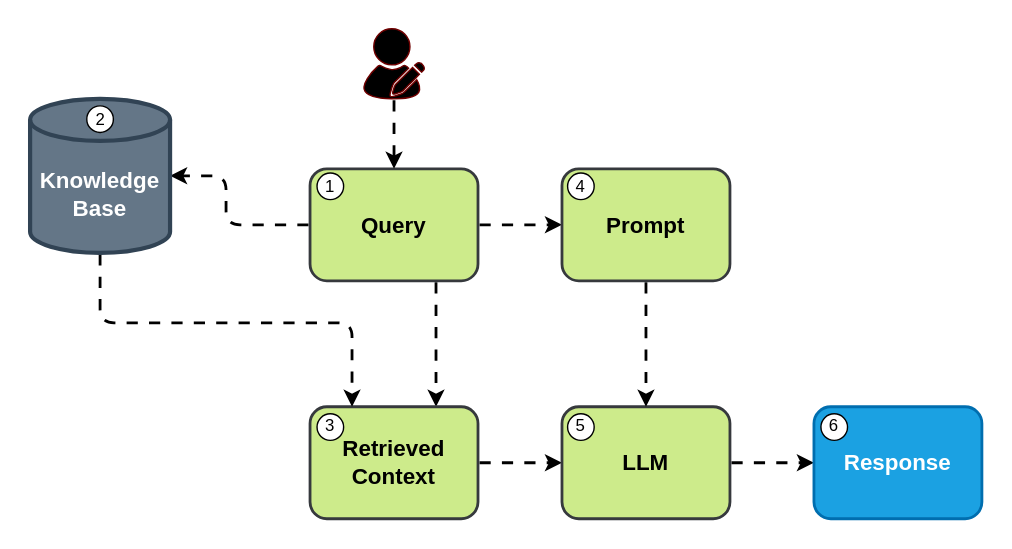
Above: images/vanilla_rag.svg in Bhardwaj-Saurabh/Retrieval_Augmented_Generation_from_Basic_to_Advance (draw.io), before the change. Source tidied: cells renumbered, new cells last; positions are measured from the earlier drawing's top-left corner, leaving out a move shared by most shapes. Source of this version:
```xml
<mxGraphModel background="#ffffff">
  <root>
    <mxCell id="0" />
    <mxCell id="1" parent="0" />
    <mxCell id="2" style="edgeStyle=none;html=1;exitX=0;exitY=0.5;exitDx=0;exitDy=0;strokeWidth=2;flowAnimation=1;" parent="1" edge="1" source="5" target="13">
      <mxGeometry relative="1" as="geometry">
        <Array as="points">
          <mxPoint x="140" y="140" />
          <mxPoint x="140" y="105" />
        </Array>
      </mxGeometry>
    </mxCell>
    <mxCell id="3" style="edgeStyle=none;html=1;exitX=0.75;exitY=1;exitDx=0;exitDy=0;entryX=0.75;entryY=0;entryDx=0;entryDy=0;strokeWidth=2;flowAnimation=1;" parent="1" edge="1" source="5" target="7">
      <mxGeometry relative="1" as="geometry" />
    </mxCell>
    <mxCell id="4" style="edgeStyle=none;html=1;exitX=1;exitY=0.5;exitDx=0;exitDy=0;entryX=0;entryY=0.5;entryDx=0;entryDy=0;strokeWidth=2;flowAnimation=1;" parent="1" edge="1" source="5" target="11">
      <mxGeometry relative="1" as="geometry" />
    </mxCell>
    <mxCell id="5" value="Query" style="rounded=1;whiteSpace=wrap;html=1;fontSize=16;fillColor=#cdeb8b;strokeColor=#36393d;fontStyle=1;strokeWidth=2;" parent="1" vertex="1">
      <mxGeometry x="200" y="100" width="120" height="80" as="geometry" />
    </mxCell>
    <mxCell id="6" style="edgeStyle=none;html=1;exitX=1;exitY=0.5;exitDx=0;exitDy=0;entryX=0;entryY=0.5;entryDx=0;entryDy=0;strokeWidth=2;flowAnimation=1;" parent="1" edge="1" source="7" target="9">
      <mxGeometry relative="1" as="geometry" />
    </mxCell>
    <mxCell id="7" value="Retrieved Context" style="rounded=1;whiteSpace=wrap;html=1;fontSize=16;fillColor=#cdeb8b;strokeColor=#36393d;fontStyle=1;strokeWidth=2;" parent="1" vertex="1">
      <mxGeometry x="200" y="270" width="120" height="80" as="geometry" />
    </mxCell>
    <mxCell id="8" style="edgeStyle=none;html=1;exitX=1;exitY=0.5;exitDx=0;exitDy=0;entryX=0;entryY=0.5;entryDx=0;entryDy=0;strokeWidth=2;flowAnimation=1;" parent="1" edge="1" source="9" target="14">
      <mxGeometry relative="1" as="geometry" />
    </mxCell>
    <mxCell id="9" value="LLM" style="rounded=1;whiteSpace=wrap;html=1;fontSize=16;fillColor=#cdeb8b;strokeColor=#36393d;fontStyle=1;strokeWidth=2;" parent="1" vertex="1">
      <mxGeometry x="380" y="270" width="120" height="80" as="geometry" />
    </mxCell>
    <mxCell id="10" style="edgeStyle=none;html=1;exitX=0.5;exitY=1;exitDx=0;exitDy=0;strokeWidth=2;flowAnimation=1;" parent="1" edge="1" source="11" target="9">
      <mxGeometry relative="1" as="geometry" />
    </mxCell>
    <mxCell id="11" value="Prompt" style="rounded=1;whiteSpace=wrap;html=1;fontSize=16;fillColor=#cdeb8b;strokeColor=#36393d;fontStyle=1;strokeWidth=2;" parent="1" vertex="1">
      <mxGeometry x="380" y="100" width="120" height="80" as="geometry" />
    </mxCell>
    <mxCell id="12" style="edgeStyle=none;html=1;exitX=0.5;exitY=1;exitDx=0;exitDy=0;exitPerimeter=0;entryX=0.25;entryY=0;entryDx=0;entryDy=0;strokeWidth=2;flowAnimation=1;" parent="1" edge="1" source="13" target="7">
      <mxGeometry relative="1" as="geometry">
        <Array as="points">
          <mxPoint x="50" y="210" />
          <mxPoint x="230" y="210" />
        </Array>
      </mxGeometry>
    </mxCell>
    <mxCell id="13" value="Knowledge Base" style="shape=cylinder3;whiteSpace=wrap;html=1;boundedLbl=1;backgroundOutline=1;size=15;fontSize=16;fillColor=#647687;fontColor=#ffffff;strokeColor=#314354;strokeWidth=3;fontStyle=1;" parent="1" vertex="1">
      <mxGeometry y="50" width="100" height="110" as="geometry" />
    </mxCell>
    <mxCell id="14" value="Response" style="rounded=1;whiteSpace=wrap;html=1;fontSize=16;fontStyle=1;strokeWidth=2;fillColor=#1ba1e2;fontColor=#ffffff;strokeColor=#006EAF;" parent="1" vertex="1">
      <mxGeometry x="560" y="270" width="120" height="80" as="geometry" />
    </mxCell>
    <mxCell id="15" style="edgeStyle=none;html=1;entryX=0.5;entryY=0;entryDx=0;entryDy=0;strokeWidth=2;flowAnimation=1;" parent="1" edge="1" source="16" target="5">
      <mxGeometry relative="1" as="geometry" />
    </mxCell>
    <mxCell id="16" style="points=[];html=1;align=center;shadow=0;dashed=0;shape=mxgraph.alibaba_cloud.user_feedback_02;fillColor=light-dark(#000000, #ffadcd);fontColor=#ffffff;strokeColor=#6F0000;" parent="1" vertex="1">
      <mxGeometry x="238.4" y="-0.1" width="43.2" height="50.1" as="geometry" />
    </mxCell>
    <mxCell id="17" value="1" style="ellipse;whiteSpace=wrap;html=1;" parent="1" vertex="1">
      <mxGeometry x="205" y="103" width="19" height="19" as="geometry" />
    </mxCell>
    <mxCell id="18" value="2" style="ellipse;whiteSpace=wrap;html=1;" parent="1" vertex="1">
      <mxGeometry x="40.5" y="55" width="19" height="19" as="geometry" />
    </mxCell>
    <mxCell id="19" value="3" style="ellipse;whiteSpace=wrap;html=1;" parent="1" vertex="1">
      <mxGeometry x="205" y="275" width="19" height="19" as="geometry" />
    </mxCell>
    <mxCell id="20" value="4" style="ellipse;whiteSpace=wrap;html=1;" parent="1" vertex="1">
      <mxGeometry x="384" y="103" width="19" height="19" as="geometry" />
    </mxCell>
    <mxCell id="21" value="5" style="ellipse;whiteSpace=wrap;html=1;" parent="1" vertex="1">
      <mxGeometry x="384" y="275" width="19" height="19" as="geometry" />
    </mxCell>
    <mxCell id="22" value="6" style="ellipse;whiteSpace=wrap;html=1;" parent="1" vertex="1">
      <mxGeometry x="565" y="275" width="19" height="19" as="geometry" />
    </mxCell>
  </root>
</mxGraphModel>
```
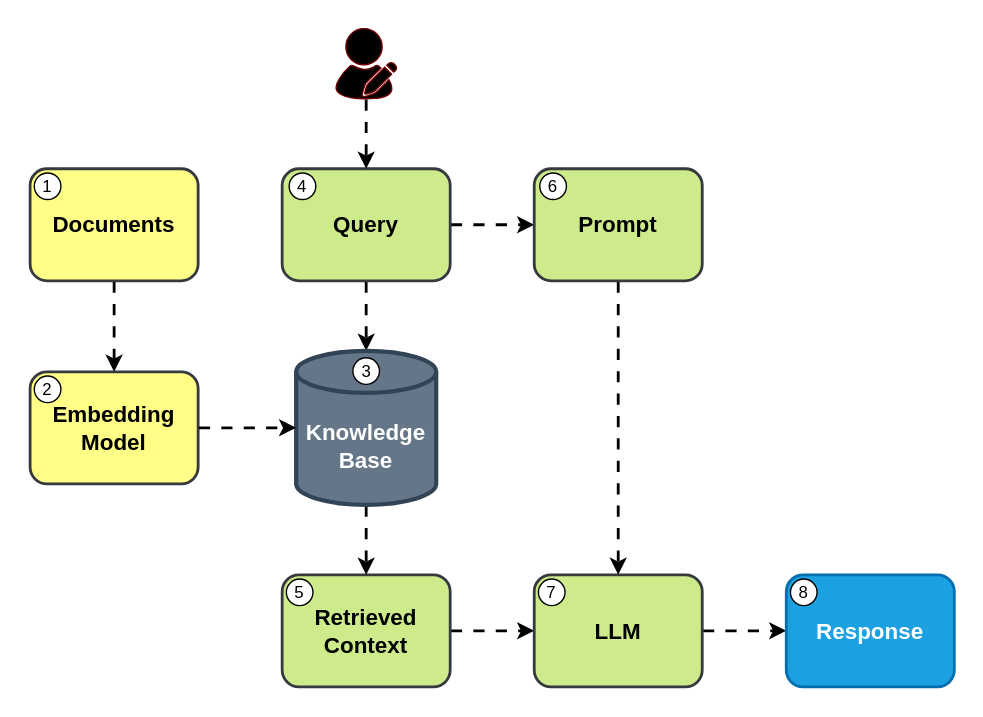
The same file after the commit.

Diff of the diagram source:
```diff
@@ -2,17 +2,12 @@
   <root>
     <mxCell id="0" />
     <mxCell id="1" parent="0" />
+    <mxCell id="23" value="Embedding Model" style="rounded=1;whiteSpace=wrap;html=1;fontSize=16;fillColor=#ffff88;strokeColor=#36393d;fontStyle=1;strokeWidth=2;" parent="1" vertex="1">
+      <mxGeometry x="20" y="245" width="120" height="80" as="geometry" />
+    </mxCell>
-    <mxCell id="2" style="edgeStyle=none;html=1;exitX=0;exitY=0.5;exitDx=0;exitDy=0;strokeWidth=2;flowAnimation=1;" parent="1" edge="1" source="5" target="13">
-      <mxGeometry relative="1" as="geometry">
-        <Array as="points">
-          <mxPoint x="140" y="140" />
-          <mxPoint x="140" y="105" />
-        </Array>
-      </mxGeometry>
+    <mxCell id="2" style="edgeStyle=none;html=1;exitX=0.5;exitY=1;exitDx=0;exitDy=0;strokeWidth=2;flowAnimation=1;entryX=0.5;entryY=0;entryDx=0;entryDy=0;entryPerimeter=0;" parent="1" edge="1" source="5" target="13">
+      <mxGeometry relative="1" as="geometry" />
     </mxCell>
-    <mxCell id="3" style="edgeStyle=none;html=1;exitX=0.75;exitY=1;exitDx=0;exitDy=0;entryX=0.75;entryY=0;entryDx=0;entryDy=0;strokeWidth=2;flowAnimation=1;" parent="1" edge="1" source="5" target="7">
-      <mxGeometry relative="1" as="geometry" />
-    </mxCell>
     <mxCell id="4" style="edgeStyle=none;html=1;exitX=1;exitY=0.5;exitDx=0;exitDy=0;entryX=0;entryY=0.5;entryDx=0;entryDy=0;strokeWidth=2;flowAnimation=1;" parent="1" edge="1" source="5" target="11">
       <mxGeometry relative="1" as="geometry" />
     </mxCell>
@@ -23,13 +18,13 @@
       <mxGeometry relative="1" as="geometry" />
     </mxCell>
     <mxCell id="7" value="Retrieved Context" style="rounded=1;whiteSpace=wrap;html=1;fontSize=16;fillColor=#cdeb8b;strokeColor=#36393d;fontStyle=1;strokeWidth=2;" parent="1" vertex="1">
-      <mxGeometry x="200" y="270" width="120" height="80" as="geometry" />
+      <mxGeometry x="200" y="390" width="120" height="80" as="geometry" />
     </mxCell>
     <mxCell id="8" style="edgeStyle=none;html=1;exitX=1;exitY=0.5;exitDx=0;exitDy=0;entryX=0;entryY=0.5;entryDx=0;entryDy=0;strokeWidth=2;flowAnimation=1;" parent="1" edge="1" source="9" target="14">
       <mxGeometry relative="1" as="geometry" />
     </mxCell>
     <mxCell id="9" value="LLM" style="rounded=1;whiteSpace=wrap;html=1;fontSize=16;fillColor=#cdeb8b;strokeColor=#36393d;fontStyle=1;strokeWidth=2;" parent="1" vertex="1">
-      <mxGeometry x="380" y="270" width="120" height="80" as="geometry" />
+      <mxGeometry x="380" y="390" width="120" height="80" as="geometry" />
     </mxCell>
     <mxCell id="10" style="edgeStyle=none;html=1;exitX=0.5;exitY=1;exitDx=0;exitDy=0;strokeWidth=2;flowAnimation=1;" parent="1" edge="1" source="11" target="9">
       <mxGeometry relative="1" as="geometry" />
@@ -37,19 +32,14 @@
     <mxCell id="11" value="Prompt" style="rounded=1;whiteSpace=wrap;html=1;fontSize=16;fillColor=#cdeb8b;strokeColor=#36393d;fontStyle=1;strokeWidth=2;" parent="1" vertex="1">
       <mxGeometry x="380" y="100" width="120" height="80" as="geometry" />
     </mxCell>
-    <mxCell id="12" style="edgeStyle=none;html=1;exitX=0.5;exitY=1;exitDx=0;exitDy=0;exitPerimeter=0;entryX=0.25;entryY=0;entryDx=0;entryDy=0;strokeWidth=2;flowAnimation=1;" parent="1" edge="1" source="13" target="7">
-      <mxGeometry relative="1" as="geometry">
-        <Array as="points">
-          <mxPoint x="50" y="210" />
-          <mxPoint x="230" y="210" />
-        </Array>
-      </mxGeometry>
+    <mxCell id="12" style="edgeStyle=none;html=1;exitX=0.5;exitY=1;exitDx=0;exitDy=0;exitPerimeter=0;entryX=0.5;entryY=0;entryDx=0;entryDy=0;strokeWidth=2;flowAnimation=1;" parent="1" edge="1" source="13" target="7">
+      <mxGeometry relative="1" as="geometry" />
     </mxCell>
     <mxCell id="13" value="Knowledge Base" style="shape=cylinder3;whiteSpace=wrap;html=1;boundedLbl=1;backgroundOutline=1;size=15;fontSize=16;fillColor=#647687;fontColor=#ffffff;strokeColor=#314354;strokeWidth=3;fontStyle=1;" parent="1" vertex="1">
-      <mxGeometry y="50" width="100" height="110" as="geometry" />
+      <mxGeometry x="210" y="230" width="100" height="110" as="geometry" />
     </mxCell>
     <mxCell id="14" value="Response" style="rounded=1;whiteSpace=wrap;html=1;fontSize=16;fontStyle=1;strokeWidth=2;fillColor=#1ba1e2;fontColor=#ffffff;strokeColor=#006EAF;" parent="1" vertex="1">
-      <mxGeometry x="560" y="270" width="120" height="80" as="geometry" />
+      <mxGeometry x="560" y="390" width="120" height="80" as="geometry" />
     </mxCell>
     <mxCell id="15" style="edgeStyle=none;html=1;entryX=0.5;entryY=0;entryDx=0;entryDy=0;strokeWidth=2;flowAnimation=1;" parent="1" edge="1" source="16" target="5">
       <mxGeometry relative="1" as="geometry" />
@@ -57,23 +47,38 @@
     <mxCell id="16" style="points=[];html=1;align=center;shadow=0;dashed=0;shape=mxgraph.alibaba_cloud.user_feedback_02;fillColor=light-dark(#000000, #ffadcd);fontColor=#ffffff;strokeColor=#6F0000;" parent="1" vertex="1">
       <mxGeometry x="238.4" y="-0.1" width="43.2" height="50.1" as="geometry" />
     </mxCell>
-    <mxCell id="17" value="1" style="ellipse;whiteSpace=wrap;html=1;" parent="1" vertex="1">
+    <mxCell id="17" value="4" style="ellipse;whiteSpace=wrap;html=1;" parent="1" vertex="1">
       <mxGeometry x="205" y="103" width="19" height="19" as="geometry" />
     </mxCell>
     <mxCell id="18" value="2" style="ellipse;whiteSpace=wrap;html=1;" parent="1" vertex="1">
-      <mxGeometry x="40.5" y="55" width="19" height="19" as="geometry" />
+      <mxGeometry x="23" y="248" width="19" height="19" as="geometry" />
     </mxCell>
-    <mxCell id="19" value="3" style="ellipse;whiteSpace=wrap;html=1;" parent="1" vertex="1">
-      <mxGeometry x="205" y="275" width="19" height="19" as="geometry" />
+    <mxCell id="19" value="5" style="ellipse;whiteSpace=wrap;html=1;" parent="1" vertex="1">
+      <mxGeometry x="203" y="393" width="19" height="19" as="geometry" />
     </mxCell>
-    <mxCell id="20" value="4" style="ellipse;whiteSpace=wrap;html=1;" parent="1" vertex="1">
+    <mxCell id="20" value="6" style="ellipse;whiteSpace=wrap;html=1;" parent="1" vertex="1">
       <mxGeometry x="384" y="103" width="19" height="19" as="geometry" />
     </mxCell>
-    <mxCell id="21" value="5" style="ellipse;whiteSpace=wrap;html=1;" parent="1" vertex="1">
-      <mxGeometry x="384" y="275" width="19" height="19" as="geometry" />
+    <mxCell id="21" value="7" style="ellipse;whiteSpace=wrap;html=1;" parent="1" vertex="1">
+      <mxGeometry x="383" y="393" width="19" height="19" as="geometry" />
     </mxCell>
-    <mxCell id="22" value="6" style="ellipse;whiteSpace=wrap;html=1;" parent="1" vertex="1">
-      <mxGeometry x="565" y="275" width="19" height="19" as="geometry" />
+    <mxCell id="22" value="8" style="ellipse;whiteSpace=wrap;html=1;" parent="1" vertex="1">
+      <mxGeometry x="563" y="393" width="19" height="19" as="geometry" />
     </mxCell>
+    <mxCell id="24" style="edgeStyle=none;html=1;exitX=0.5;exitY=1;exitDx=0;exitDy=0;entryX=0.5;entryY=0;entryDx=0;entryDy=0;strokeWidth=2;flowAnimation=1;" parent="1" edge="1" source="25" target="23">
+      <mxGeometry relative="1" as="geometry" />
+    </mxCell>
+    <mxCell id="25" value="Documents" style="rounded=1;whiteSpace=wrap;html=1;fontSize=16;fontStyle=1;strokeWidth=2;fillColor=#ffff88;strokeColor=#36393d;" parent="1" vertex="1">
+      <mxGeometry x="20" y="100" width="120" height="80" as="geometry" />
+    </mxCell>
+    <mxCell id="26" style="edgeStyle=none;html=1;exitX=1;exitY=0.5;exitDx=0;exitDy=0;entryX=0;entryY=0.5;entryDx=0;entryDy=0;entryPerimeter=0;strokeWidth=2;flowAnimation=1;" parent="1" edge="1" source="23" target="13">
+      <mxGeometry relative="1" as="geometry" />
+    </mxCell>
+    <mxCell id="27" value="1" style="ellipse;whiteSpace=wrap;html=1;" parent="1" vertex="1">
+      <mxGeometry x="23" y="103" width="19" height="19" as="geometry" />
+    </mxCell>
+    <mxCell id="28" value="3" style="ellipse;whiteSpace=wrap;html=1;" parent="1" vertex="1">
+      <mxGeometry x="250.5" y="235" width="19" height="19" as="geometry" />
+    </mxCell>
   </root>
 </mxGraphModel>
```
